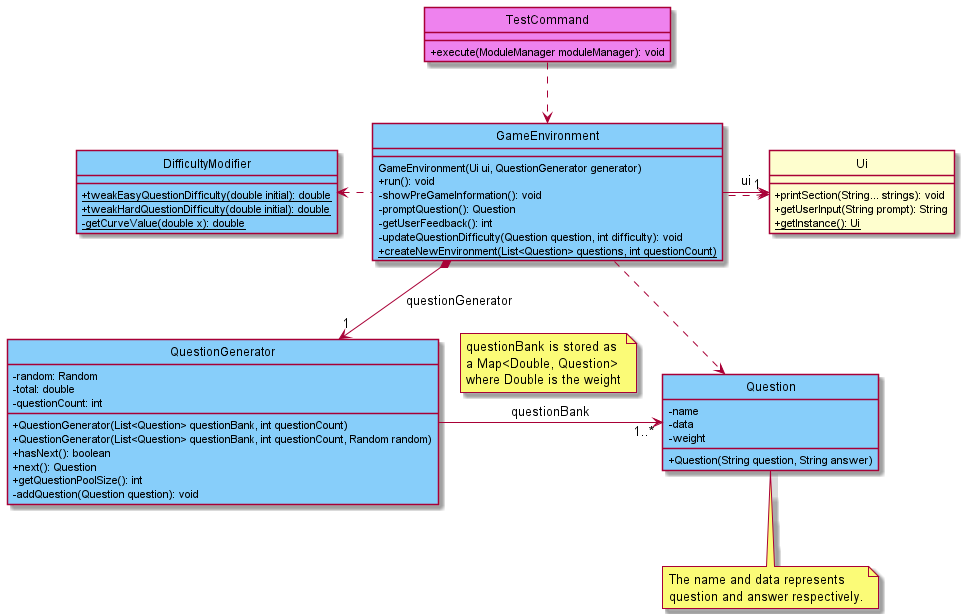
Before: docs/attachments/ActiveRecallClassDiagram.png, a diagram exported from PlantUML (nus-cs2113-AY2122S1/tp). Source of this version:
```plantuml
@startuml

!include ClassStyle.puml

TestCommand ..> GameEnvironment

GameEnvironment -> "1" Ui : "ui"
Ui <. GameEnvironment
GameEnvironment *--> "1" QuestionGenerator : "questionGenerator"
DifficultyModifier <. GameEnvironment
QuestionGenerator -> "1..*" Question : "questionBank"
note top on link
  questionBank is stored as
  a Map<Double, Question>
  where Double is the weight
endnote
GameEnvironment ..>  Question

class TestCommand COMMAND_COLOR{
  + execute(ModuleManager moduleManager): void
}

class GameEnvironment ACTIVERECALL_COLOR{
  GameEnvironment(Ui ui, QuestionGenerator generator)
  + run(): void
  - showPreGameInformation(): void
  - promptQuestion(): Question
  - getUserFeedback(): int
  - updateQuestionDifficulty(Question question, int difficulty): void
  + {static} createNewEnvironment(List<Question> questions, int questionCount)
}

class QuestionGenerator ACTIVERECALL_COLOR{
  - random: Random
  - total: double
  - questionCount: int
  + QuestionGenerator(List<Question> questionBank, int questionCount)
  + QuestionGenerator(List<Question> questionBank, int questionCount, Random random)
  + hasNext(): boolean
  + next(): Question
  + getQuestionPoolSize(): int
  - addQuestion(Question question): void
}

class Question ACTIVERECALL_COLOR{
  - name
  - data
  - weight
  + Question(String question, String answer)
}

note bottom of Question
  The name and data represents
  question and answer respectively.
endnote

class Ui {
  + printSection(String... strings): void
  + getUserInput(String prompt): String
  + {static} getInstance(): Ui
}

class DifficultyModifier ACTIVERECALL_COLOR{
  + {static} tweakEasyQuestionDifficulty(double initial): double
  + {static} tweakHardQuestionDifficulty(double initial): double
  - {static} getCurveValue(double x): double
}


@enduml
```
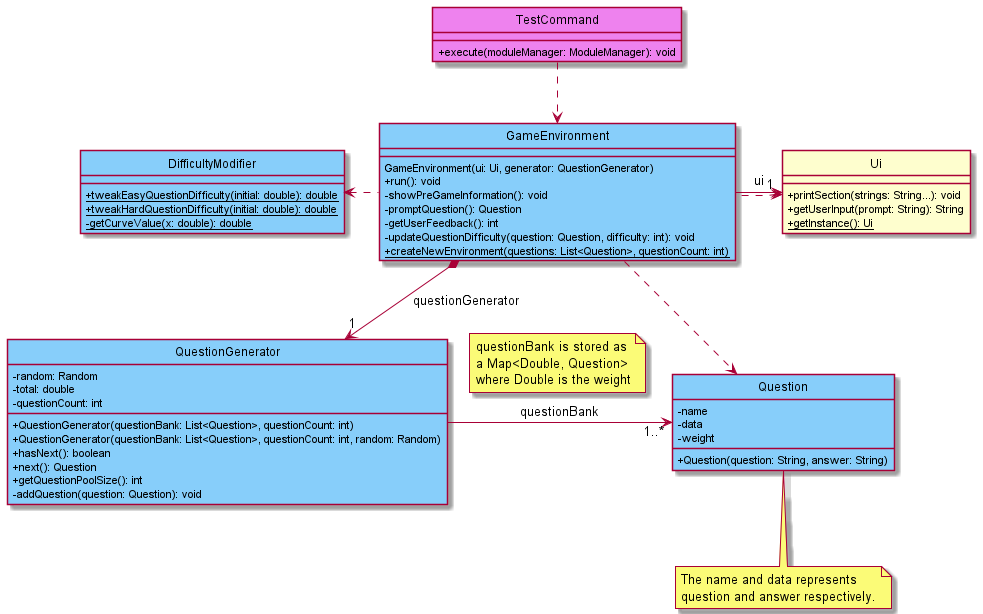
After the change.

What changed in the source:
```diff
@@ -17,36 +17,36 @@
 GameEnvironment ..>  Question
 
 class TestCommand COMMAND_COLOR{
-  + execute(ModuleManager moduleManager): void
+  + execute(moduleManager: ModuleManager): void
 }
 
 class GameEnvironment ACTIVERECALL_COLOR{
-  GameEnvironment(Ui ui, QuestionGenerator generator)
+  GameEnvironment(ui: Ui, generator: QuestionGenerator)
   + run(): void
   - showPreGameInformation(): void
   - promptQuestion(): Question
   - getUserFeedback(): int
-  - updateQuestionDifficulty(Question question, int difficulty): void
-  + {static} createNewEnvironment(List<Question> questions, int questionCount)
+  - updateQuestionDifficulty(question: Question, difficulty: int): void
+  + {static} createNewEnvironment(questions: List<Question>, questionCount: int)
 }
 
 class QuestionGenerator ACTIVERECALL_COLOR{
   - random: Random
   - total: double
   - questionCount: int
-  + QuestionGenerator(List<Question> questionBank, int questionCount)
-  + QuestionGenerator(List<Question> questionBank, int questionCount, Random random)
+  + QuestionGenerator(questionBank: List<Question>, questionCount: int)
+  + QuestionGenerator(questionBank: List<Question>, questionCount: int, random: Random)
   + hasNext(): boolean
   + next(): Question
   + getQuestionPoolSize(): int
-  - addQuestion(Question question): void
+  - addQuestion(question: Question): void
 }
 
 class Question ACTIVERECALL_COLOR{
   - name
   - data
   - weight
-  + Question(String question, String answer)
+  + Question(question: String, answer: String)
 }
 
 note bottom of Question
@@ -55,15 +55,15 @@
 endnote
 
 class Ui {
-  + printSection(String... strings): void
-  + getUserInput(String prompt): String
+  + printSection(strings: String...): void
+  + getUserInput(prompt: String): String
   + {static} getInstance(): Ui
 }
 
 class DifficultyModifier ACTIVERECALL_COLOR{
-  + {static} tweakEasyQuestionDifficulty(double initial): double
-  + {static} tweakHardQuestionDifficulty(double initial): double
-  - {static} getCurveValue(double x): double
+  + {static} tweakEasyQuestionDifficulty(initial: double): double
+  + {static} tweakHardQuestionDifficulty(initial: double): double
+  - {static} getCurveValue(x: double): double
 }
 
 
```
